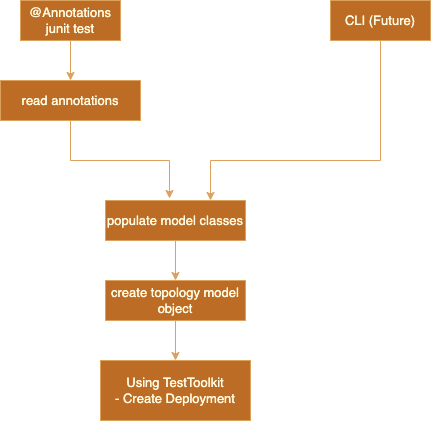
This is fullstack-junit-support/src/main/java/com/hedera/fullstack/junit/support/extensions/annotation-processing.drawio.png from hashgraph/full-stack-testing, a draw.io export, as it was before one commit. Source tidied: cells renumbered, new cells last; positions are measured from the earlier drawing's top-left corner, leaving out a move shared by most shapes. Source of this version:
```xml
<mxGraphModel>
  <root>
    <mxCell id="0" />
    <mxCell id="1" parent="0" />
    <mxCell id="2" style="edgeStyle=orthogonalEdgeStyle;rounded=1;jettySize=auto;html=1;entryX=0.5;entryY=0;entryDx=0;entryDy=0;strokeColor=#DDA15E;fontColor=#FEFAE0;labelBackgroundColor=#283618;" parent="1" edge="1" source="3" target="5">
      <mxGeometry relative="1" as="geometry" />
    </mxCell>
    <mxCell id="3" value="@Annotations&lt;br style=&quot;font-size: 13px;&quot;&gt;junit test" style="rounded=0;whiteSpace=wrap;html=1;hachureGap=4;fillColor=#BC6C25;strokeColor=#DDA15E;fontColor=#FEFAE0;fontSize=13;" parent="1" vertex="1">
      <mxGeometry x="20" width="100" height="40" as="geometry" />
    </mxCell>
    <mxCell id="4" style="edgeStyle=orthogonalEdgeStyle;rounded=0;jettySize=auto;html=1;entryX=0.457;entryY=-0.05;entryDx=0;entryDy=0;strokeColor=#DDA15E;fontColor=#FEFAE0;labelBackgroundColor=#283618;entryPerimeter=0;" parent="1" edge="1" source="5" target="9">
      <mxGeometry relative="1" as="geometry" />
    </mxCell>
    <mxCell id="5" value="read annotations" style="rounded=0;whiteSpace=wrap;html=1;hachureGap=4;fillColor=#BC6C25;strokeColor=#DDA15E;fontColor=#FEFAE0;fontSize=13;" parent="1" vertex="1">
      <mxGeometry y="80" width="140" height="40" as="geometry" />
    </mxCell>
    <mxCell id="6" style="edgeStyle=orthogonalEdgeStyle;rounded=1;sketch=0;jettySize=auto;html=1;fontSize=13;fontColor=#FEFAE0;strokeColor=#DDA15E;fillColor=#BC6C25;" parent="1" edge="1" source="7" target="8">
      <mxGeometry relative="1" as="geometry" />
    </mxCell>
    <mxCell id="7" value="create topology model object" style="rounded=0;whiteSpace=wrap;html=1;hachureGap=4;fillColor=#BC6C25;strokeColor=#DDA15E;fontColor=#FEFAE0;fontSize=13;" parent="1" vertex="1">
      <mxGeometry x="105" y="280" width="140" height="40" as="geometry" />
    </mxCell>
    <mxCell id="8" value="Using TestToolkit&lt;br&gt;&lt;div style=&quot;&quot;&gt;&lt;span style=&quot;background-color: initial;&quot;&gt;- Create Deployment&lt;/span&gt;&lt;/div&gt;" style="rounded=0;whiteSpace=wrap;html=1;hachureGap=4;fillColor=#BC6C25;strokeColor=#DDA15E;fontColor=#FEFAE0;fontSize=13;glass=0;shadow=0;align=center;" parent="1" vertex="1">
      <mxGeometry x="100" y="360" width="150" height="60" as="geometry" />
    </mxCell>
    <mxCell id="9" value="populate model classes" style="rounded=0;whiteSpace=wrap;html=1;hachureGap=4;fillColor=#BC6C25;strokeColor=#DDA15E;fontColor=#FEFAE0;fontSize=13;" parent="1" vertex="1">
      <mxGeometry x="105" y="200" width="140" height="40" as="geometry" />
    </mxCell>
    <mxCell id="10" style="edgeStyle=orthogonalEdgeStyle;rounded=1;jettySize=auto;html=1;entryX=0.5;entryY=0;entryDx=0;entryDy=0;strokeColor=#DDA15E;fontColor=#FEFAE0;labelBackgroundColor=#283618;exitX=0.5;exitY=1;exitDx=0;exitDy=0;" parent="1" edge="1" source="9" target="7">
      <mxGeometry relative="1" as="geometry" />
    </mxCell>
    <mxCell id="11" style="edgeStyle=orthogonalEdgeStyle;rounded=0;jettySize=auto;html=1;entryX=0.75;entryY=0;entryDx=0;entryDy=0;strokeColor=#DDA15E;" parent="1" edge="1" source="12" target="9">
      <mxGeometry relative="1" as="geometry">
        <Array as="points">
          <mxPoint x="380" y="160" />
          <mxPoint x="210" y="160" />
        </Array>
      </mxGeometry>
    </mxCell>
    <mxCell id="12" value="CLI (Future)" style="rounded=0;whiteSpace=wrap;html=1;hachureGap=4;fillColor=#BC6C25;strokeColor=#DDA15E;fontColor=#FEFAE0;fontSize=13;" parent="1" vertex="1">
      <mxGeometry x="330" width="100" height="40" as="geometry" />
    </mxCell>
  </root>
</mxGraphModel>
```
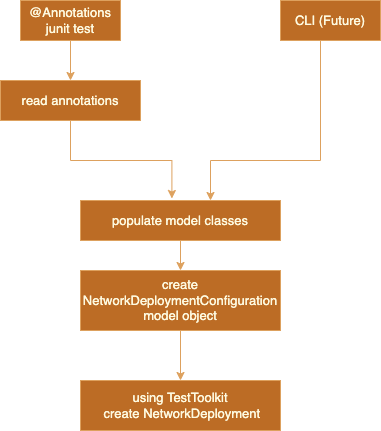
After the change.

What changed in the source:
```diff
@@ -17,28 +17,28 @@
     <mxCell id="6" style="edgeStyle=orthogonalEdgeStyle;rounded=1;sketch=0;jettySize=auto;html=1;fontSize=13;fontColor=#FEFAE0;strokeColor=#DDA15E;fillColor=#BC6C25;" parent="1" edge="1" source="7" target="8">
       <mxGeometry relative="1" as="geometry" />
     </mxCell>
-    <mxCell id="7" value="create topology model object" style="rounded=0;whiteSpace=wrap;html=1;hachureGap=4;fillColor=#BC6C25;strokeColor=#DDA15E;fontColor=#FEFAE0;fontSize=13;" parent="1" vertex="1">
-      <mxGeometry x="105" y="280" width="140" height="40" as="geometry" />
+    <mxCell id="7" value="create NetworkDeploymentConfiguration model object" style="rounded=0;whiteSpace=wrap;html=1;hachureGap=4;fillColor=#BC6C25;strokeColor=#DDA15E;fontColor=#FEFAE0;fontSize=13;" parent="1" vertex="1">
+      <mxGeometry x="80" y="270" width="200" height="60" as="geometry" />
     </mxCell>
-    <mxCell id="8" value="Using TestToolkit&lt;br&gt;&lt;div style=&quot;&quot;&gt;&lt;span style=&quot;background-color: initial;&quot;&gt;- Create Deployment&lt;/span&gt;&lt;/div&gt;" style="rounded=0;whiteSpace=wrap;html=1;hachureGap=4;fillColor=#BC6C25;strokeColor=#DDA15E;fontColor=#FEFAE0;fontSize=13;glass=0;shadow=0;align=center;" parent="1" vertex="1">
-      <mxGeometry x="100" y="360" width="150" height="60" as="geometry" />
+    <mxCell id="8" value="using TestToolkit&lt;br&gt;&lt;div style=&quot;&quot;&gt;&lt;span style=&quot;background-color: initial;&quot;&gt;&amp;nbsp;create NetworkDeployment&lt;/span&gt;&lt;/div&gt;" style="rounded=0;whiteSpace=wrap;html=1;hachureGap=4;fillColor=#BC6C25;strokeColor=#DDA15E;fontColor=#FEFAE0;fontSize=13;glass=0;shadow=0;align=center;" parent="1" vertex="1">
+      <mxGeometry x="80" y="380" width="200" height="50" as="geometry" />
     </mxCell>
     <mxCell id="9" value="populate model classes" style="rounded=0;whiteSpace=wrap;html=1;hachureGap=4;fillColor=#BC6C25;strokeColor=#DDA15E;fontColor=#FEFAE0;fontSize=13;" parent="1" vertex="1">
-      <mxGeometry x="105" y="200" width="140" height="40" as="geometry" />
+      <mxGeometry x="80" y="200" width="200" height="40" as="geometry" />
     </mxCell>
     <mxCell id="10" style="edgeStyle=orthogonalEdgeStyle;rounded=1;jettySize=auto;html=1;entryX=0.5;entryY=0;entryDx=0;entryDy=0;strokeColor=#DDA15E;fontColor=#FEFAE0;labelBackgroundColor=#283618;exitX=0.5;exitY=1;exitDx=0;exitDy=0;" parent="1" edge="1" source="9" target="7">
       <mxGeometry relative="1" as="geometry" />
     </mxCell>
-    <mxCell id="11" style="edgeStyle=orthogonalEdgeStyle;rounded=0;jettySize=auto;html=1;entryX=0.75;entryY=0;entryDx=0;entryDy=0;strokeColor=#DDA15E;" parent="1" edge="1" source="12" target="9">
+    <mxCell id="11" style="edgeStyle=orthogonalEdgeStyle;rounded=0;jettySize=auto;html=1;entryX=0.65;entryY=0;entryDx=0;entryDy=0;entryPerimeter=0;fillColor=#e3c800;strokeColor=#DDA15E;" parent="1" edge="1" source="12" target="9">
       <mxGeometry relative="1" as="geometry">
         <Array as="points">
-          <mxPoint x="380" y="160" />
+          <mxPoint x="320" y="160" />
           <mxPoint x="210" y="160" />
         </Array>
       </mxGeometry>
     </mxCell>
     <mxCell id="12" value="CLI (Future)" style="rounded=0;whiteSpace=wrap;html=1;hachureGap=4;fillColor=#BC6C25;strokeColor=#DDA15E;fontColor=#FEFAE0;fontSize=13;" parent="1" vertex="1">
-      <mxGeometry x="330" width="100" height="40" as="geometry" />
+      <mxGeometry x="280" width="100" height="40" as="geometry" />
     </mxCell>
   </root>
 </mxGraphModel>
```
